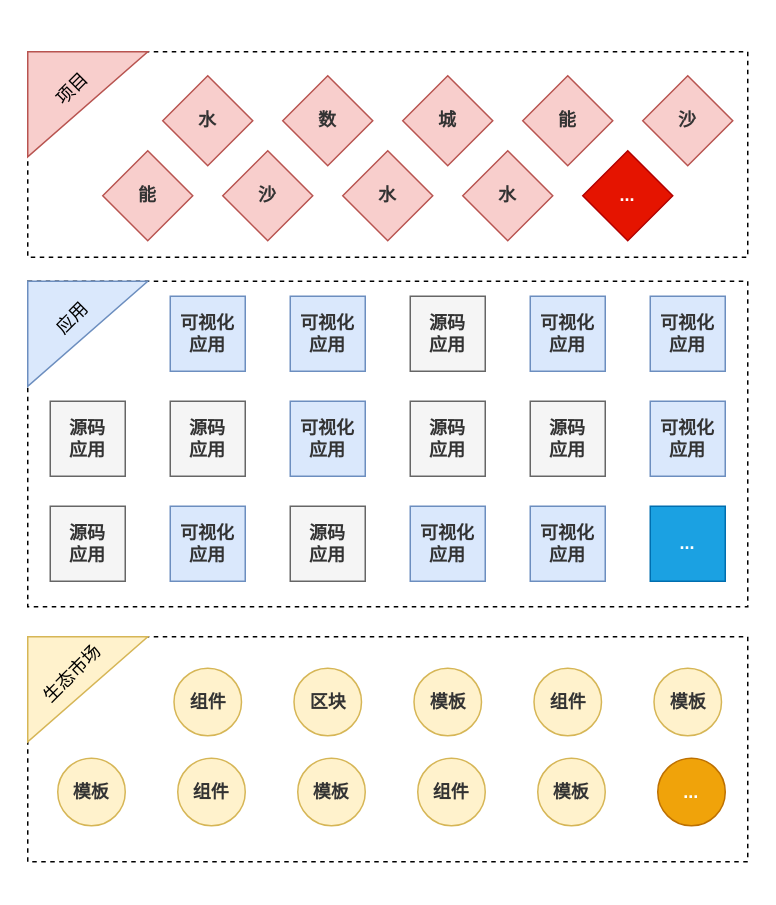
This is 低代码——最终实现的目标.drawio from tangyaosimida/love, a draw.io file, before an edit. Source tidied: cells renumbered, new cells numbered last; positions are measured from the earlier drawing's top-left corner, leaving out a move shared by most shapes. Both pictures are drawn from the tidied source at 150%, with x=0, y=0 at pixel (27, 51).
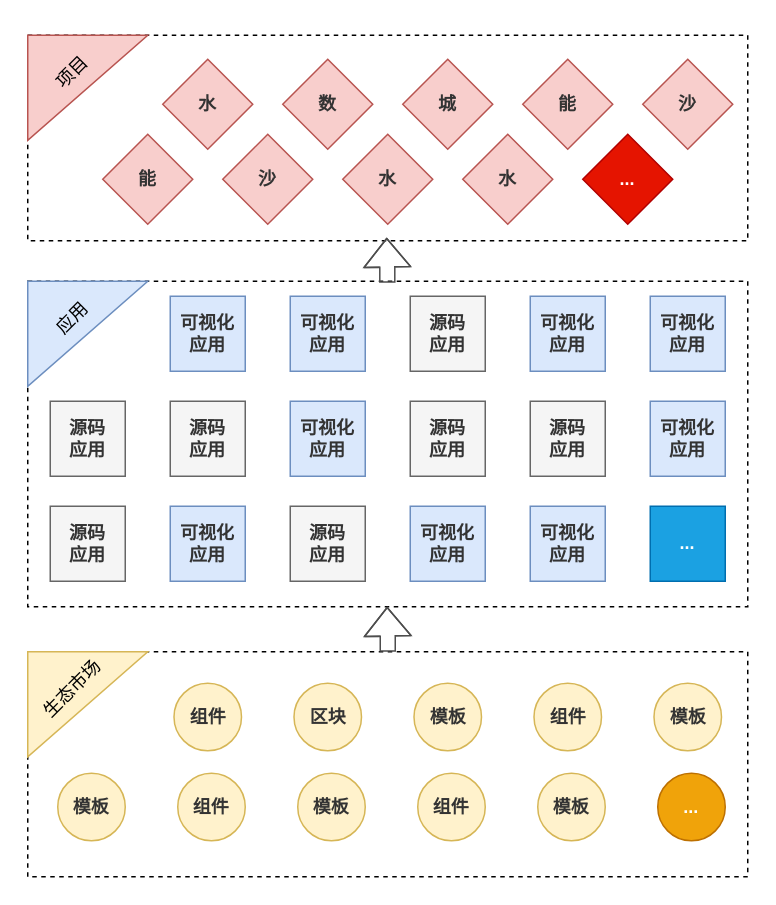
After the change.

Commit message (it also covers changes not shown here):
更新低代码——最终实现的目标.drawio

Change to the diagram source:
```diff
@@
     <mxCell id="2" style="rounded=0;whiteSpace=wrap;html=1;fillColor=none;fontStyle=1;fontColor=#333333;dashed=1;" parent="1" vertex="1">
-      <mxGeometry width="480" height="137" as="geometry" />
+      <mxGeometry y="-11" width="480" height="137" as="geometry" />
     </mxCell>
@@
     <mxCell id="4" value="水" style="rhombus;whiteSpace=wrap;html=1;fillColor=#f8cecc;strokeColor=#b85450;fontStyle=1;fontColor=#333333;" parent="1" vertex="1">
-      <mxGeometry x="90" y="16" width="60" height="60" as="geometry" />
+      <mxGeometry x="90" y="5" width="60" height="60" as="geometry" />
     </mxCell>
     <mxCell id="5" value="数" style="rhombus;whiteSpace=wrap;html=1;fillColor=#f8cecc;strokeColor=#b85450;fontStyle=1;fontColor=#333333;" parent="1" vertex="1">
-      <mxGeometry x="170" y="16" width="60" height="60" as="geometry" />
+      <mxGeometry x="170" y="5" width="60" height="60" as="geometry" />
     </mxCell>
     <mxCell id="6" value="城" style="rhombus;whiteSpace=wrap;html=1;fillColor=#f8cecc;strokeColor=#b85450;fontStyle=1;fontColor=#333333;" parent="1" vertex="1">
-      <mxGeometry x="250" y="16" width="60" height="60" as="geometry" />
+      <mxGeometry x="250" y="5" width="60" height="60" as="geometry" />
     </mxCell>
     <mxCell id="7" value="能" style="rhombus;whiteSpace=wrap;html=1;fillColor=#f8cecc;strokeColor=#b85450;fontStyle=1;fontColor=#333333;" parent="1" vertex="1">
-      <mxGeometry x="330" y="16" width="60" height="60" as="geometry" />
+      <mxGeometry x="330" y="5" width="60" height="60" as="geometry" />
     </mxCell>
     <mxCell id="8" value="沙" style="rhombus;whiteSpace=wrap;html=1;fillColor=#f8cecc;strokeColor=#b85450;fontStyle=1;fontColor=#333333;" parent="1" vertex="1">
-      <mxGeometry x="410" y="16" width="60" height="60" as="geometry" />
+      <mxGeometry x="410" y="5" width="60" height="60" as="geometry" />
     </mxCell>
     <mxCell id="9" value="能" style="rhombus;whiteSpace=wrap;html=1;fillColor=#f8cecc;strokeColor=#b85450;fontStyle=1;fontColor=#333333;" parent="1" vertex="1">
-      <mxGeometry x="50" y="66" width="60" height="60" as="geometry" />
+      <mxGeometry x="50" y="55" width="60" height="60" as="geometry" />
     </mxCell>
     <mxCell id="10" value="沙" style="rhombus;whiteSpace=wrap;html=1;fillColor=#f8cecc;strokeColor=#b85450;fontStyle=1;fontColor=#333333;" parent="1" vertex="1">
-      <mxGeometry x="130" y="66" width="60" height="60" as="geometry" />
+      <mxGeometry x="130" y="55" width="60" height="60" as="geometry" />
     </mxCell>
     <mxCell id="11" value="水" style="rhombus;whiteSpace=wrap;html=1;fillColor=#f8cecc;strokeColor=#b85450;fontStyle=1;fontColor=#333333;" parent="1" vertex="1">
-      <mxGeometry x="210" y="66" width="60" height="60" as="geometry" />
+      <mxGeometry x="210" y="55" width="60" height="60" as="geometry" />
     </mxCell>
     <mxCell id="12" value="水" style="rhombus;whiteSpace=wrap;html=1;fillColor=#f8cecc;strokeColor=#b85450;fontStyle=1;fontColor=#333333;" parent="1" vertex="1">
-      <mxGeometry x="290" y="66" width="60" height="60" as="geometry" />
+      <mxGeometry x="290" y="55" width="60" height="60" as="geometry" />
     </mxCell>
     <mxCell id="13" value="..." style="rhombus;whiteSpace=wrap;html=1;fillColor=#e51400;strokeColor=#B20000;fontColor=#FFFFFF;fontStyle=1;" parent="1" vertex="1">
-      <mxGeometry x="370" y="66" width="60" height="60" as="geometry" />
+      <mxGeometry x="370" y="55" width="60" height="60" as="geometry" />
     </mxCell>
@@
     <mxCell id="31" style="rounded=0;whiteSpace=wrap;html=1;fillColor=none;fontStyle=1;fontColor=#333333;dashed=1;" parent="1" vertex="1">
-      <mxGeometry y="390" width="480" height="150" as="geometry" />
+      <mxGeometry y="400" width="480" height="150" as="geometry" />
     </mxCell>
     <mxCell id="32" value="组件" style="ellipse;whiteSpace=wrap;html=1;fillColor=#fff2cc;strokeColor=#d6b656;fontStyle=1;fontColor=#333333;" parent="1" vertex="1">
-      <mxGeometry x="97.5" y="411" width="45" height="45" as="geometry" />
+      <mxGeometry x="97.5" y="421" width="45" height="45" as="geometry" />
     </mxCell>
     <mxCell id="33" value="区块" style="ellipse;whiteSpace=wrap;html=1;fillColor=#fff2cc;strokeColor=#d6b656;fontStyle=1;fontColor=#333333;" parent="1" vertex="1">
-      <mxGeometry x="177.5" y="411" width="45" height="45" as="geometry" />
+      <mxGeometry x="177.5" y="421" width="45" height="45" as="geometry" />
     </mxCell>
     <mxCell id="34" value="模板" style="ellipse;whiteSpace=wrap;html=1;fillColor=#fff2cc;strokeColor=#d6b656;fontStyle=1;fontColor=#333333;" parent="1" vertex="1">
-      <mxGeometry x="257.5" y="411" width="45" height="45" as="geometry" />
+      <mxGeometry x="257.5" y="421" width="45" height="45" as="geometry" />
     </mxCell>
     <mxCell id="35" value="组件" style="ellipse;whiteSpace=wrap;html=1;fillColor=#fff2cc;strokeColor=#d6b656;fontStyle=1;fontColor=#333333;" parent="1" vertex="1">
-      <mxGeometry x="337.5" y="411" width="45" height="45" as="geometry" />
+      <mxGeometry x="337.5" y="421" width="45" height="45" as="geometry" />
     </mxCell>
     <mxCell id="36" value="模板" style="ellipse;whiteSpace=wrap;html=1;fillColor=#fff2cc;strokeColor=#d6b656;fontStyle=1;fontColor=#333333;" parent="1" vertex="1">
-      <mxGeometry x="417.5" y="411" width="45" height="45" as="geometry" />
+      <mxGeometry x="417.5" y="421" width="45" height="45" as="geometry" />
     </mxCell>
     <mxCell id="37" value="模板" style="ellipse;whiteSpace=wrap;html=1;fillColor=#fff2cc;strokeColor=#d6b656;fontStyle=1;fontColor=#333333;" parent="1" vertex="1">
-      <mxGeometry x="20" y="471" width="45" height="45" as="geometry" />
+      <mxGeometry x="20" y="481" width="45" height="45" as="geometry" />
     </mxCell>
     <mxCell id="38" value="组件" style="ellipse;whiteSpace=wrap;html=1;fillColor=#fff2cc;strokeColor=#d6b656;fontStyle=1;fontColor=#333333;" parent="1" vertex="1">
-      <mxGeometry x="100" y="471" width="45" height="45" as="geometry" />
+      <mxGeometry x="100" y="481" width="45" height="45" as="geometry" />
     </mxCell>
     <mxCell id="39" value="模板" style="ellipse;whiteSpace=wrap;html=1;fillColor=#fff2cc;strokeColor=#d6b656;fontStyle=1;fontColor=#333333;" parent="1" vertex="1">
-      <mxGeometry x="180" y="471" width="45" height="45" as="geometry" />
+      <mxGeometry x="180" y="481" width="45" height="45" as="geometry" />
     </mxCell>
     <mxCell id="40" value="组件" style="ellipse;whiteSpace=wrap;html=1;fillColor=#fff2cc;strokeColor=#d6b656;fontStyle=1;fontColor=#333333;" parent="1" vertex="1">
-      <mxGeometry x="260" y="471" width="45" height="45" as="geometry" />
+      <mxGeometry x="260" y="481" width="45" height="45" as="geometry" />
     </mxCell>
     <mxCell id="41" value="模板" style="ellipse;whiteSpace=wrap;html=1;fillColor=#fff2cc;strokeColor=#d6b656;fontStyle=1;fontColor=#333333;" parent="1" vertex="1">
-      <mxGeometry x="340" y="471" width="45" height="45" as="geometry" />
+      <mxGeometry x="340" y="481" width="45" height="45" as="geometry" />
     </mxCell>
     <mxCell id="42" value="&lt;font color=&quot;#ffffff&quot;&gt;...&lt;/font&gt;" style="ellipse;whiteSpace=wrap;html=1;fillColor=#f0a30a;strokeColor=#BD7000;fontColor=#333333;fontStyle=1;" parent="1" vertex="1">
-      <mxGeometry x="420" y="471" width="45" height="45" as="geometry" />
+      <mxGeometry x="420" y="481" width="45" height="45" as="geometry" />
     </mxCell>
     <mxCell id="43" style="verticalLabelPosition=bottom;verticalAlign=top;html=1;shape=mxgraph.basic.orthogonal_triangle;direction=south;fillColor=#f8cecc;strokeColor=#b85450;" parent="1" vertex="1">
-      <mxGeometry width="80" height="70" as="geometry" />
+      <mxGeometry y="-11" width="80" height="70" as="geometry" />
     </mxCell>
@@
     <mxCell id="45" style="verticalLabelPosition=bottom;verticalAlign=top;html=1;shape=mxgraph.basic.orthogonal_triangle;direction=south;fillColor=#fff2cc;strokeColor=#d6b656;" parent="1" vertex="1">
-      <mxGeometry y="390" width="80" height="70" as="geometry" />
+      <mxGeometry y="400" width="80" height="70" as="geometry" />
     </mxCell>
     <mxCell id="46" value="项目" style="text;html=1;align=center;verticalAlign=middle;whiteSpace=wrap;rounded=0;rotation=-45;" parent="1" vertex="1">
-      <mxGeometry y="10" width="60" height="30" as="geometry" />
+      <mxGeometry y="-1" width="60" height="30" as="geometry" />
     </mxCell>
@@
     <mxCell id="48" value="生态市场" style="text;html=1;align=center;verticalAlign=middle;whiteSpace=wrap;rounded=0;rotation=-45;" parent="1" vertex="1">
-      <mxGeometry y="400" width="60" height="30" as="geometry" />
+      <mxGeometry y="410" width="60" height="30" as="geometry" />
     </mxCell>
+    <mxCell id="49" style="shape=flexArrow;endArrow=classic;html=1;rounded=0;strokeColor=#4D4D4D;" parent="1" edge="1">
+      <mxGeometry relative="1" as="geometry">
+        <mxPoint x="240" y="400" as="sourcePoint" />
+        <mxPoint x="239.6" y="370" as="targetPoint" />
+        <Array as="points">
+          <mxPoint x="240" y="390" />
+        </Array>
+      </mxGeometry>
+    </mxCell>
+    <mxCell id="50" style="shape=flexArrow;endArrow=classic;html=1;rounded=0;strokeColor=#4D4D4D;" parent="1" edge="1">
+      <mxGeometry relative="1" as="geometry">
+        <mxPoint x="239.7" y="154" as="sourcePoint" />
+        <mxPoint x="239.3" y="124" as="targetPoint" />
+        <Array as="points">
+          <mxPoint x="239.7" y="144" />
+        </Array>
+      </mxGeometry>
+    </mxCell>
```
